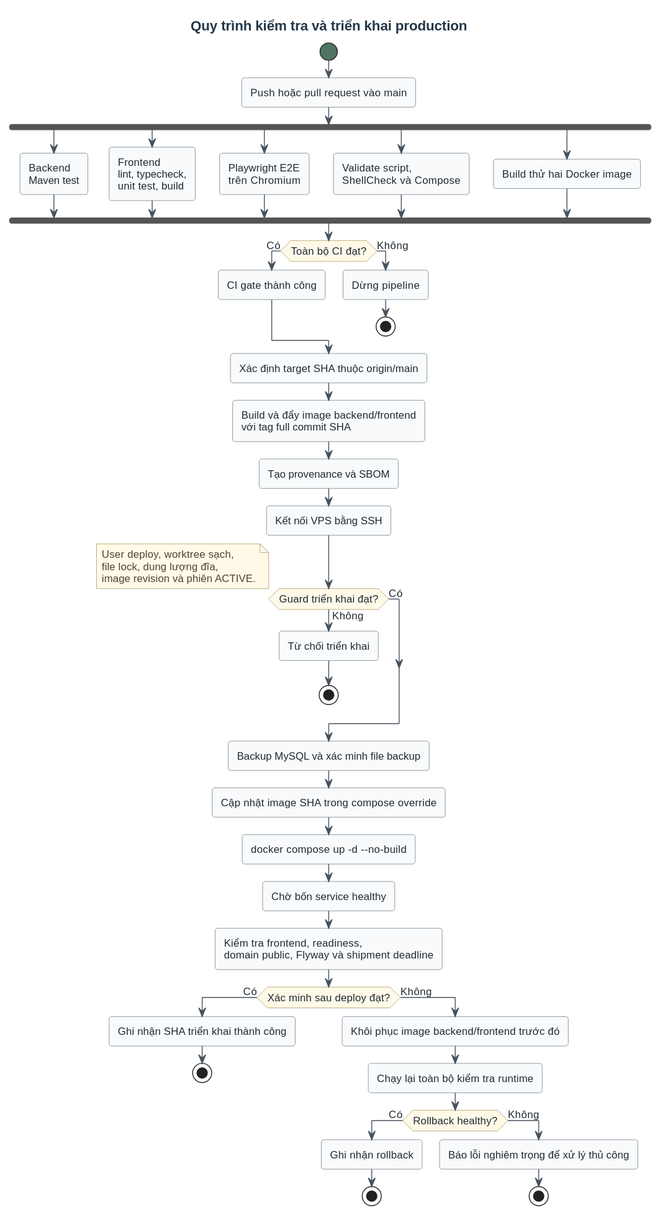
Before: thesis/figures/chapter-4/ci-cd-activity.svg, a diagram exported from PlantUML (duynguyen312004/woodcert-auction).
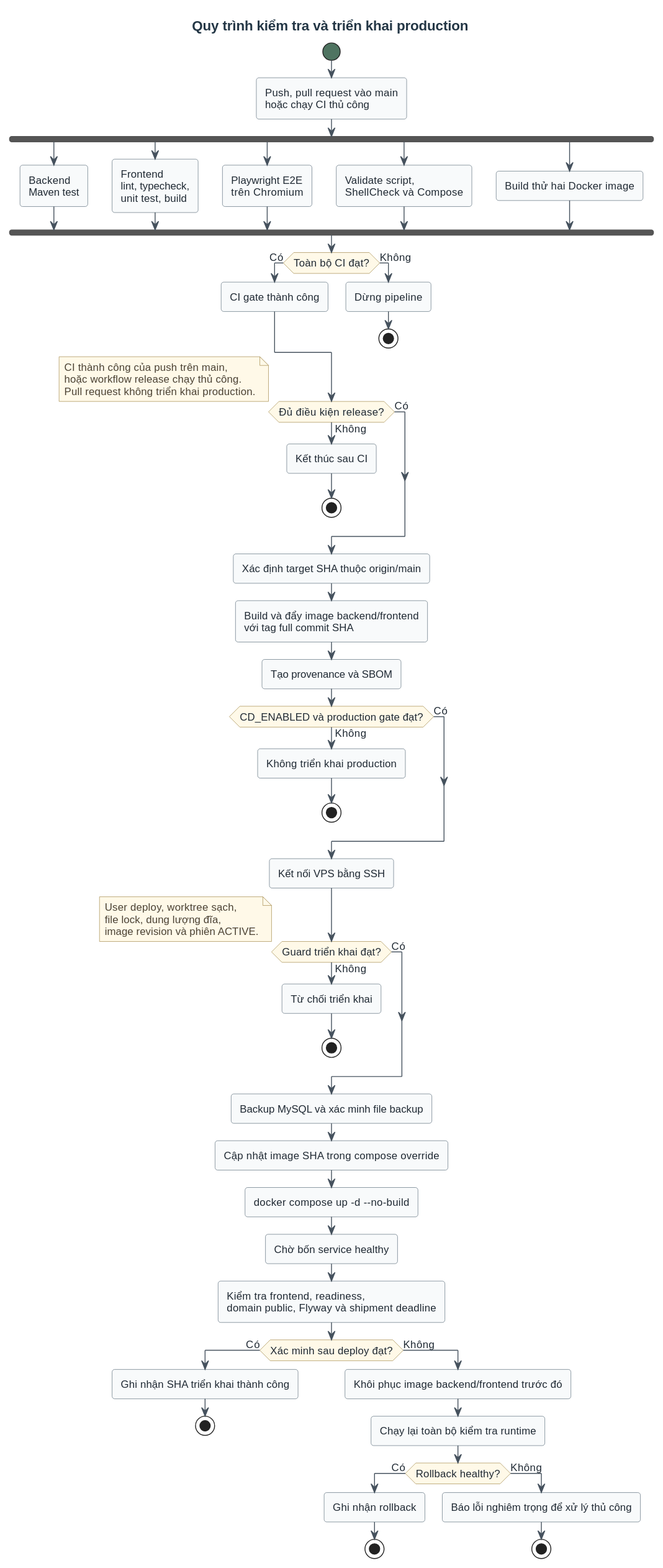
Later version of the same file.

Diff of the diagram source:
```diff
@@ -3,7 +3,7 @@
 title Quy trình kiểm tra và triển khai production
 
 start
-:Push hoặc pull request vào main;
+:Push, pull request vào main\nhoặc chạy CI thủ công;
 
 fork
   :Backend\nMaven test;
@@ -24,9 +24,27 @@
   stop
 endif
 
+if (Đủ điều kiện release?) then (Có)
+  note right
+  CI thành công của push trên main,
+  hoặc workflow release chạy thủ công.
+  Pull request không triển khai production.
+  end note
+else (Không)
+  :Kết thúc sau CI;
+  stop
+endif
+
 :Xác định target SHA thuộc origin/main;
 :Build và đẩy image backend/frontend\nvới tag full commit SHA;
 :Tạo provenance và SBOM;
+
+if (CD_ENABLED và production gate đạt?) then (Có)
+else (Không)
+  :Không triển khai production;
+  stop
+endif
+
 :Kết nối VPS bằng SSH;
 
 if (Guard triển khai đạt?) then (Có)
```
